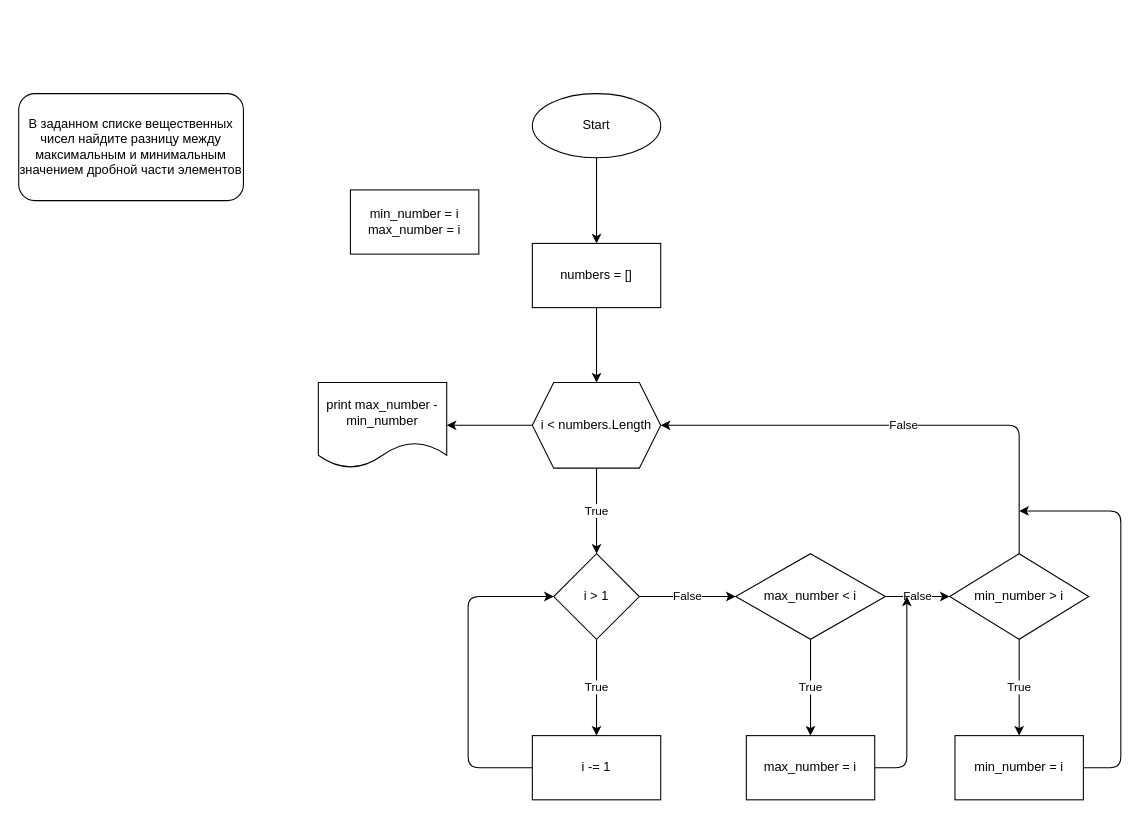
The draw.io diagram page "Page-1" (1 of 2) of Lesson_3-4/drawio/task_24_fraction_diff.drawio in Fostix/GB_Python_Tasks, before the edit. Source tidied: cells renumbered, new cells numbered last; positions are measured from the earlier drawing's top-left corner, leaving out a move shared by most shapes. Both pictures are drawn from the tidied source at 107%, with x=0, y=0 at pixel (18, 93).
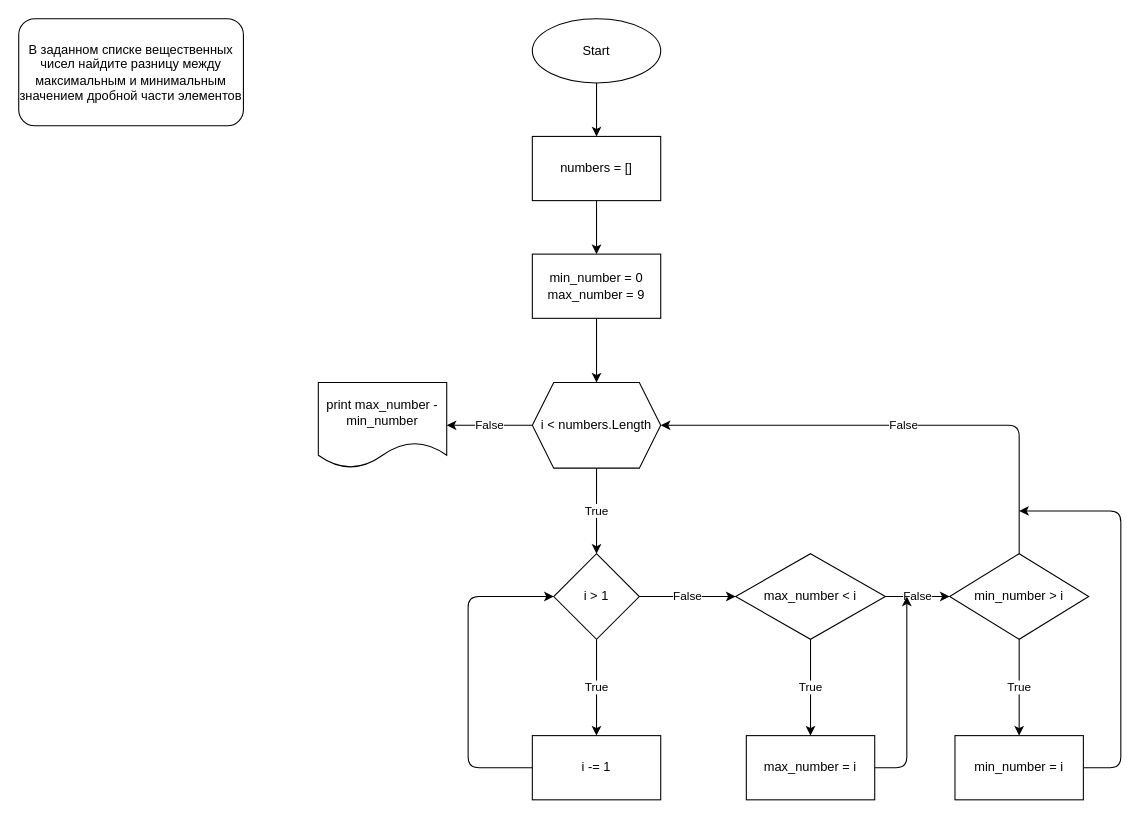
Above is the later version.

The change refers to these unchanged cells:
```xml
<mxCell id="9" value="i &amp;lt; numbers.Length" style="shape=hexagon;perimeter=hexagonPerimeter2;whiteSpace=wrap;html=1;fixedSize=1;" parent="1" vertex="1">
  <mxGeometry x="480" y="270" width="120" height="80" as="geometry" />
</mxCell>
<mxCell id="26" value="print max_number - min_number" style="shape=document;whiteSpace=wrap;html=1;boundedLbl=1;" parent="1" vertex="1">
  <mxGeometry x="280" y="270" width="120" height="80" as="geometry" />
</mxCell>
```

The edit, as a diff of the source:
```diff
@@
     <mxCell id="2" value="В заданном списке вещественных чисел найдите разницу между максимальным и минимальным значением дробной части элементов" style="rounded=1;whiteSpace=wrap;html=1;" parent="1" vertex="1">
-      <mxGeometry width="210" height="100" as="geometry" />
+      <mxGeometry y="-70" width="210" height="100" as="geometry" />
     </mxCell>
@@
     <mxCell id="4" value="Start" style="ellipse;whiteSpace=wrap;html=1;" parent="1" vertex="1">
-      <mxGeometry x="480" width="120" height="60" as="geometry" />
+      <mxGeometry x="480" y="-70" width="120" height="60" as="geometry" />
     </mxCell>
-    <mxCell id="5" style="edgeStyle=none;html=1;" parent="1" edge="1" source="6" target="9">
-      <mxGeometry relative="1" as="geometry" />
-    </mxCell>
+    <mxCell id="27" style="edgeStyle=none;html=1;" parent="1" edge="1" source="6" target="15">
+      <mxGeometry relative="1" as="geometry" />
+    </mxCell>
     <mxCell id="6" value="numbers = []" style="whiteSpace=wrap;html=1;" parent="1" vertex="1">
-      <mxGeometry x="480" y="140" width="120" height="60" as="geometry" />
+      <mxGeometry x="480" y="40" width="120" height="60" as="geometry" />
     </mxCell>
@@
-    <mxCell id="8" style="edgeStyle=none;html=1;" parent="1" edge="1" source="9" target="26">
+    <mxCell id="8" value="False" style="edgeStyle=none;html=1;" parent="1" edge="1" source="9" target="26">
       <mxGeometry relative="1" as="geometry" />
     </mxCell>
@@
+    <mxCell id="28" style="edgeStyle=none;html=1;" parent="1" edge="1" source="15" target="9">
+      <mxGeometry relative="1" as="geometry" />
+    </mxCell>
-    <mxCell id="15" value="min_number = i&lt;br&gt;max_number = i" style="whiteSpace=wrap;html=1;" parent="1" vertex="1">
-      <mxGeometry x="310" y="90" width="120" height="60" as="geometry" />
+    <mxCell id="15" value="min_number = 0&lt;br&gt;max_number = 9" style="whiteSpace=wrap;html=1;" parent="1" vertex="1">
+      <mxGeometry x="480" y="150" width="120" height="60" as="geometry" />
     </mxCell>
```
